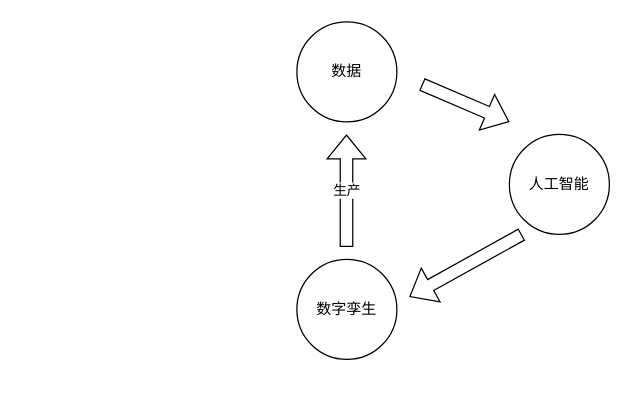
zhouyueyuedsf/zhouyueyuedsf.github.io keeps this draw.io diagram as Untitled Diagram.drawio. Above is the earlier version. Source tidied: cells renumbered, new cells numbered last; positions are measured from the earlier drawing's top-left corner, leaving out a move shared by most shapes. Both pictures are drawn from the tidied source at 125%, with x=0, y=0 at pixel (296, 21).
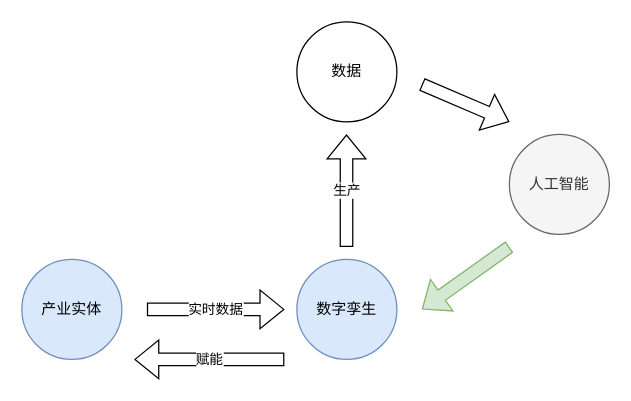
The same page after the edit.

Diff of the diagram source:
```diff
@@
 <mxGraphModel>
   <root>
     <mxCell id="0" />
     <mxCell id="1" parent="0" />
     <mxCell id="2" value="数据" style="ellipse;whiteSpace=wrap;html=1;" parent="1" vertex="1">
       <mxGeometry width="80" height="80" as="geometry" />
     </mxCell>
-    <mxCell id="3" value="人工智能" style="ellipse;whiteSpace=wrap;html=1;" parent="1" vertex="1">
+    <mxCell id="3" value="人工智能" style="ellipse;whiteSpace=wrap;html=1;fillColor=#f5f5f5;fontColor=#333333;strokeColor=#666666;" parent="1" vertex="1">
       <mxGeometry x="170" y="90" width="80" height="80" as="geometry" />
     </mxCell>
-    <mxCell id="4" value="数字孪生" style="ellipse;whiteSpace=wrap;html=1;" parent="1" vertex="1">
+    <mxCell id="4" value="数字孪生" style="ellipse;whiteSpace=wrap;html=1;fillColor=#dae8fc;strokeColor=#6c8ebf;" parent="1" vertex="1">
       <mxGeometry y="190" width="80" height="80" as="geometry" />
     </mxCell>
     <mxCell id="5" value="生产" style="shape=flexArrow;endArrow=classic;html=1;rounded=0;" parent="1" edge="1">
       <mxGeometry relative="1" as="geometry">
         <mxPoint x="39.7" y="180" as="sourcePoint" />
         <mxPoint x="39.7" y="90" as="targetPoint" />
       </mxGeometry>
     </mxCell>
     <mxCell id="6" style="shape=flexArrow;endArrow=classic;html=1;rounded=0;" parent="1" edge="1">
       <mxGeometry relative="1" as="geometry">
         <mxPoint x="100" y="50" as="sourcePoint" />
         <mxPoint x="170" y="80" as="targetPoint" />
       </mxGeometry>
     </mxCell>
-    <mxCell id="7" style="shape=flexArrow;endArrow=classic;html=1;rounded=0;" parent="1" edge="1">
-      <mxGeometry relative="1" as="geometry">
-        <mxPoint x="180" y="170" as="sourcePoint" />
-        <mxPoint x="90" y="220" as="targetPoint" />
-      </mxGeometry>
-    </mxCell>
+    <mxCell id="8" style="shape=flexArrow;endArrow=classic;html=1;rounded=0;fillColor=#d5e8d4;strokeColor=#82b366;" parent="1" edge="1">
+      <mxGeometry relative="1" as="geometry">
+        <mxPoint x="170" y="180" as="sourcePoint" />
+        <mxPoint x="100" y="230" as="targetPoint" />
+      </mxGeometry>
+    </mxCell>
+    <mxCell id="9" value="实时数据" style="shape=flexArrow;endArrow=classic;html=1;rounded=0;" parent="1" edge="1">
+      <mxGeometry relative="1" as="geometry">
+        <mxPoint x="-120" y="230" as="sourcePoint" />
+        <mxPoint x="-10" y="230" as="targetPoint" />
+      </mxGeometry>
+    </mxCell>
+    <mxCell id="10" value="产业实体" style="ellipse;whiteSpace=wrap;html=1;fillColor=#dae8fc;strokeColor=#6c8ebf;" parent="1" vertex="1">
+      <mxGeometry x="-220" y="190" width="80" height="80" as="geometry" />
+    </mxCell>
+    <mxCell id="11" value="赋能" style="shape=flexArrow;endArrow=classic;html=1;rounded=0;" parent="1" edge="1">
+      <mxGeometry relative="1" as="geometry">
+        <mxPoint x="-10" y="270" as="sourcePoint" />
+        <mxPoint x="-130" y="270" as="targetPoint" />
+      </mxGeometry>
+    </mxCell>
   </root>
 </mxGraphModel>
```
